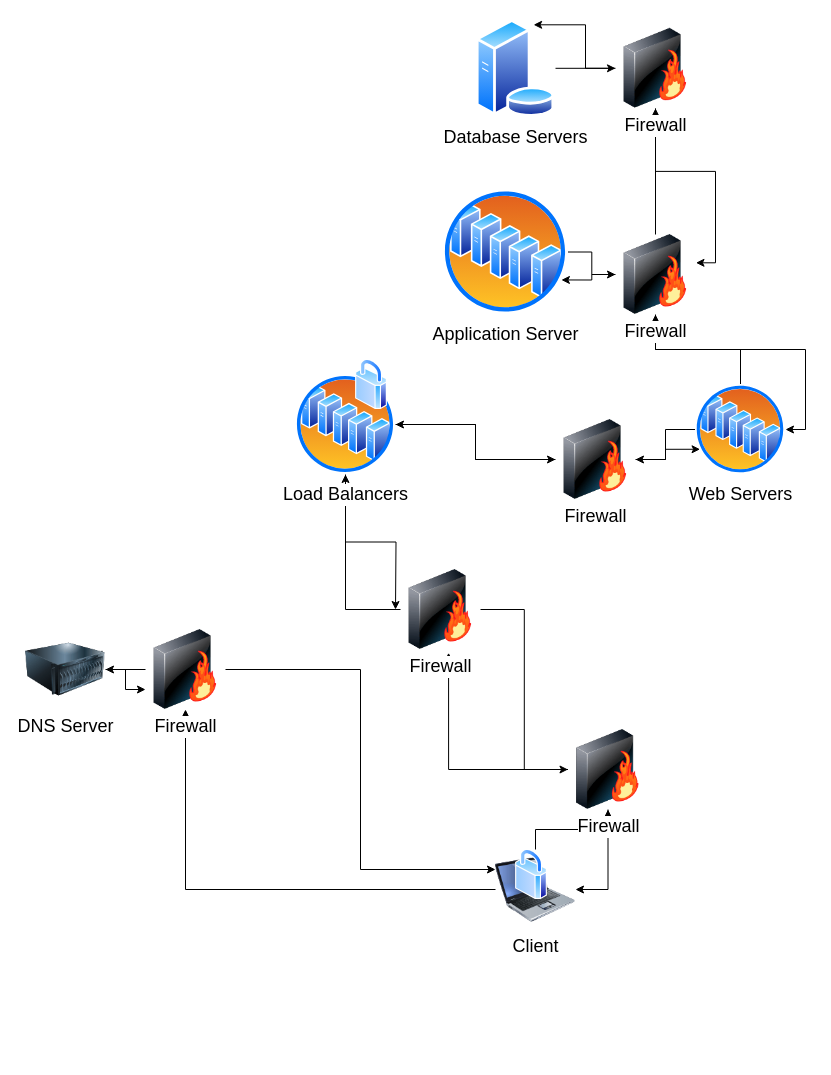
Before: 0x11-what_happens_when_your_type_google_com_in_your_browser_and_press_enter/Untitled Diagram.drawio in getdaniel/alx-system_engineering-devops, a draw.io diagram. Source tidied: cells renumbered, new cells numbered last; positions are measured from the earlier drawing's top-left corner, leaving out a move shared by most shapes. Both pictures are drawn from the tidied source at 100%, with x=0, y=0 at pixel (25, 19).
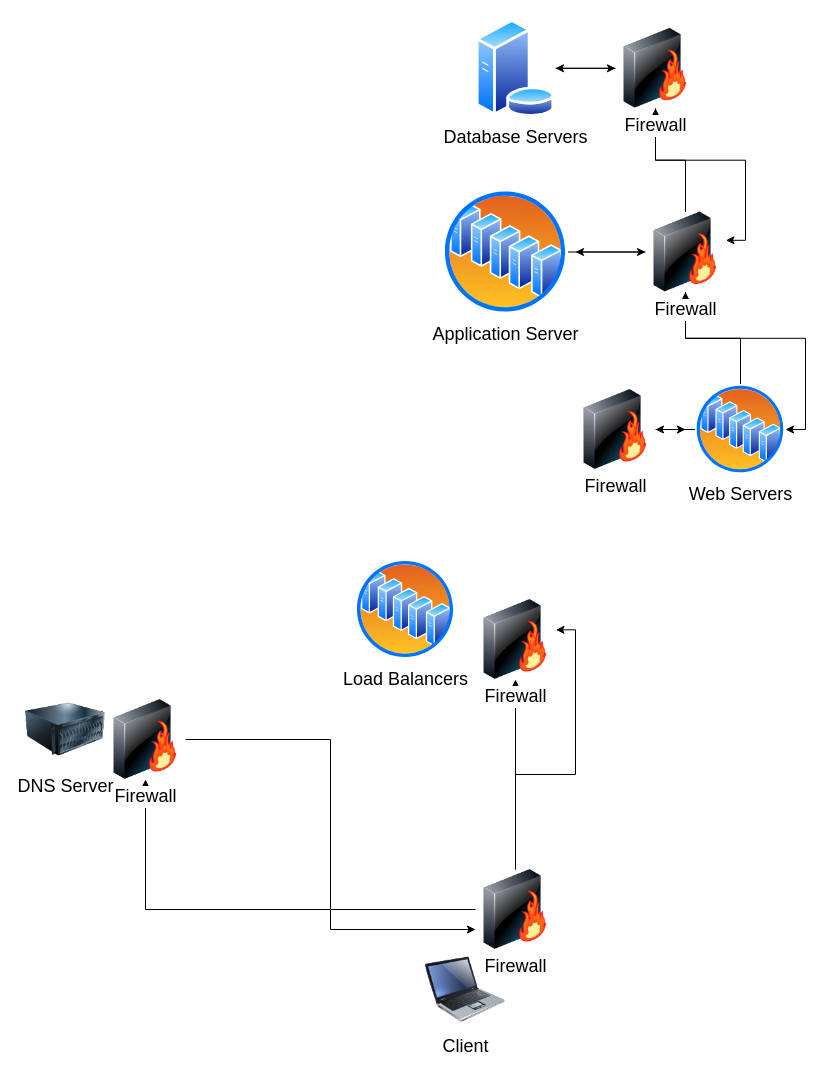
The same diagram, later.

Unchanged cells that the change refers to:
```xml
<mxCell id="18" value="&lt;font style=&quot;font-size: 18px;&quot;&gt;Web Servers&lt;/font&gt;" style="perimeter=ellipsePerimeter;html=1;align=center;shadow=0;dashed=0;spacingTop=3;image;image=img/lib/active_directory/server_farm.svg;" parent="1" vertex="1">
  <mxGeometry x="670" y="365" width="90" height="90" as="geometry" />
</mxCell>
<mxCell id="23" value="&lt;font style=&quot;font-size: 18px;&quot;&gt;Database Servers&lt;/font&gt;" style="perimeter=ellipsePerimeter;html=1;align=center;shadow=0;dashed=0;spacingTop=3;image;image=img/lib/active_directory/database_server.svg;" parent="1" vertex="1">
  <mxGeometry x="450" width="80" height="97.6" as="geometry" />
</mxCell>
<mxCell id="25" value="&lt;font style=&quot;font-size: 18px;&quot;&gt;Application Server&lt;/font&gt;" style="perimeter=ellipsePerimeter;html=1;align=center;shadow=0;dashed=0;spacingTop=3;image;image=img/lib/active_directory/server_farm.svg;" parent="1" vertex="1">
  <mxGeometry x="417.5" y="170" width="125" height="125" as="geometry" />
</mxCell>
<mxCell id="35" value="&lt;font style=&quot;font-size: 18px;&quot;&gt;Firewall&lt;/font&gt;" style="image;html=1;image=img/lib/clip_art/networking/Firewall-page1_128x128.png;" parent="1" vertex="1">
  <mxGeometry x="590" y="8.8" width="80" height="80" as="geometry" />
</mxCell>
```

Diff of the diagram source:
```diff
@@
-    <mxCell id="2" style="edgeStyle=orthogonalEdgeStyle;rounded=0;jettySize=auto;html=1;fontSize=18;" parent="1" edge="1" source="4" target="12">
-      <mxGeometry relative="1" as="geometry" />
-    </mxCell>
-    <mxCell id="3" style="edgeStyle=orthogonalEdgeStyle;rounded=0;jettySize=auto;html=1;fontSize=18;" parent="1" edge="1" source="4" target="9">
-      <mxGeometry relative="1" as="geometry" />
-    </mxCell>
     <mxCell id="4" value="&lt;font style=&quot;font-size: 18px;&quot;&gt;Client&lt;/font&gt;" style="image;html=1;image=img/lib/clip_art/computers/Laptop_128x128.png;" parent="1" vertex="1">
-      <mxGeometry x="470" y="830" width="80" height="80" as="geometry" />
+      <mxGeometry x="400" y="930" width="80" height="80" as="geometry" />
     </mxCell>
-    <mxCell id="5" style="edgeStyle=orthogonalEdgeStyle;rounded=0;jettySize=auto;html=1;entryX=0;entryY=0.75;entryDx=0;entryDy=0;fontSize=18;" parent="1" edge="1" source="6" target="12">
-      <mxGeometry relative="1" as="geometry" />
-    </mxCell>
     <mxCell id="6" value="&lt;font style=&quot;font-size: 18px;&quot;&gt;DNS Server&lt;/font&gt;" style="image;html=1;image=img/lib/clip_art/computers/Server_128x128.png;" parent="1" vertex="1">
-      <mxGeometry y="610" width="80" height="80" as="geometry" />
+      <mxGeometry y="670" width="80" height="80" as="geometry" />
     </mxCell>
-    <mxCell id="7" style="edgeStyle=orthogonalEdgeStyle;rounded=0;jettySize=auto;html=1;entryX=0.601;entryY=1.041;entryDx=0;entryDy=0;entryPerimeter=0;fontSize=18;" parent="1" edge="1" source="9" target="15">
-      <mxGeometry relative="1" as="geometry" />
-    </mxCell>
-    <mxCell id="8" style="edgeStyle=orthogonalEdgeStyle;rounded=0;jettySize=auto;html=1;entryX=1;entryY=0.5;entryDx=0;entryDy=0;fontSize=18;" parent="1" edge="1" source="9" target="4">
-      <mxGeometry relative="1" as="geometry" />
-    </mxCell>
+    <mxCell id="38" style="edgeStyle=orthogonalEdgeStyle;rounded=0;jettySize=auto;html=1;entryX=0.5;entryY=1;entryDx=0;entryDy=0;fontSize=18;" parent="1" edge="1" source="9" target="12">
+      <mxGeometry relative="1" as="geometry" />
+    </mxCell>
+    <mxCell id="39" style="edgeStyle=orthogonalEdgeStyle;rounded=0;jettySize=auto;html=1;fontSize=18;" parent="1" edge="1" source="9" target="15">
+      <mxGeometry relative="1" as="geometry" />
+    </mxCell>
+    <mxCell id="40" style="edgeStyle=orthogonalEdgeStyle;rounded=0;jettySize=auto;html=1;entryX=1.006;entryY=0.379;entryDx=0;entryDy=0;entryPerimeter=0;fontSize=18;" parent="1" edge="1" source="9" target="15">
+      <mxGeometry relative="1" as="geometry" />
+    </mxCell>
     <mxCell id="9" value="&lt;font style=&quot;font-size: 18px;&quot;&gt;Firewall&lt;/font&gt;" style="image;html=1;image=img/lib/clip_art/networking/Firewall-page1_128x128.png;" parent="1" vertex="1">
-      <mxGeometry x="542.5" y="710" width="80" height="80" as="geometry" />
+      <mxGeometry x="450" y="850" width="80" height="80" as="geometry" />
     </mxCell>
-    <mxCell id="10" style="edgeStyle=orthogonalEdgeStyle;rounded=0;jettySize=auto;html=1;exitX=0;exitY=0.5;exitDx=0;exitDy=0;fontSize=18;" parent="1" edge="1" source="12" target="6">
-      <mxGeometry relative="1" as="geometry" />
-    </mxCell>
-    <mxCell id="11" style="edgeStyle=orthogonalEdgeStyle;rounded=0;jettySize=auto;html=1;entryX=0;entryY=0.25;entryDx=0;entryDy=0;fontSize=18;" parent="1" edge="1" source="12" target="4">
-      <mxGeometry relative="1" as="geometry" />
-    </mxCell>
+    <mxCell id="41" style="edgeStyle=orthogonalEdgeStyle;rounded=0;jettySize=auto;html=1;entryX=0;entryY=0.75;entryDx=0;entryDy=0;fontSize=18;" parent="1" edge="1" source="12" target="9">
+      <mxGeometry relative="1" as="geometry" />
+    </mxCell>
     <mxCell id="12" value="&lt;font style=&quot;font-size: 18px;&quot;&gt;Firewall&lt;/font&gt;" style="image;html=1;image=img/lib/clip_art/networking/Firewall-page1_128x128.png;" parent="1" vertex="1">
-      <mxGeometry x="120" y="610" width="80" height="80" as="geometry" />
+      <mxGeometry x="80" y="680" width="80" height="80" as="geometry" />
     </mxCell>
-    <mxCell id="13" style="edgeStyle=orthogonalEdgeStyle;rounded=0;jettySize=auto;html=1;fontSize=18;" parent="1" edge="1" source="15" target="21">
-      <mxGeometry relative="1" as="geometry" />
-    </mxCell>
-    <mxCell id="14" style="edgeStyle=orthogonalEdgeStyle;rounded=0;jettySize=auto;html=1;entryX=0;entryY=0.5;entryDx=0;entryDy=0;fontSize=18;" parent="1" edge="1" source="15" target="9">
-      <mxGeometry relative="1" as="geometry" />
-    </mxCell>
-    <mxCell id="15" value="&lt;font style=&quot;font-size: 18px;&quot;&gt;Firewall&lt;/font&gt;" style="image;html=1;image=img/lib/clip_art/networking/Firewall-page1_128x128.png;" parent="1" vertex="1">
-      <mxGeometry x="375" y="550" width="80" height="80" as="geometry" />
-    </mxCell>
@@
-    <mxCell id="19" style="edgeStyle=orthogonalEdgeStyle;rounded=0;jettySize=auto;html=1;fontSize=18;" parent="1" edge="1" source="21" target="28">
-      <mxGeometry relative="1" as="geometry" />
-    </mxCell>
-    <mxCell id="20" style="edgeStyle=orthogonalEdgeStyle;rounded=0;jettySize=auto;html=1;fontSize=18;" parent="1" edge="1" source="21">
-      <mxGeometry relative="1" as="geometry">
-        <mxPoint x="370" y="590" as="targetPoint" />
-      </mxGeometry>
-    </mxCell>
     <mxCell id="21" value="&lt;font style=&quot;font-size: 18px;&quot;&gt;Load Balancers&lt;/font&gt;" style="perimeter=ellipsePerimeter;html=1;align=center;shadow=0;dashed=0;spacingTop=3;image;image=img/lib/active_directory/server_farm.svg;" parent="1" vertex="1">
-      <mxGeometry x="270" y="355" width="100" height="100" as="geometry" />
+      <mxGeometry x="330" y="540" width="100" height="100" as="geometry" />
     </mxCell>
@@
-    <mxCell id="26" style="edgeStyle=orthogonalEdgeStyle;rounded=0;jettySize=auto;html=1;exitX=1;exitY=0.5;exitDx=0;exitDy=0;entryX=0;entryY=0.75;entryDx=0;entryDy=0;fontSize=18;" parent="1" edge="1" source="28" target="18">
-      <mxGeometry relative="1" as="geometry" />
-    </mxCell>
-    <mxCell id="27" style="edgeStyle=orthogonalEdgeStyle;rounded=0;jettySize=auto;html=1;entryX=1;entryY=0.5;entryDx=0;entryDy=0;fontSize=18;" parent="1" edge="1" source="28" target="21">
-      <mxGeometry relative="1" as="geometry" />
-    </mxCell>
+    <mxCell id="42" style="edgeStyle=orthogonalEdgeStyle;rounded=0;jettySize=auto;html=1;fontSize=18;" parent="1" edge="1" source="28">
+      <mxGeometry relative="1" as="geometry">
+        <mxPoint x="660" y="410" as="targetPoint" />
+      </mxGeometry>
+    </mxCell>
     <mxCell id="28" value="&lt;font style=&quot;font-size: 18px;&quot;&gt;Firewall&lt;/font&gt;" style="image;html=1;image=img/lib/clip_art/networking/Firewall-page1_128x128.png;" parent="1" vertex="1">
-      <mxGeometry x="530" y="400" width="80" height="80" as="geometry" />
+      <mxGeometry x="550" y="370" width="80" height="80" as="geometry" />
     </mxCell>
-    <mxCell id="29" style="edgeStyle=orthogonalEdgeStyle;rounded=0;jettySize=auto;html=1;entryX=1;entryY=0.75;entryDx=0;entryDy=0;fontSize=18;" parent="1" edge="1" source="32" target="25">
-      <mxGeometry relative="1" as="geometry" />
-    </mxCell>
@@
+    <mxCell id="43" style="edgeStyle=orthogonalEdgeStyle;rounded=0;jettySize=auto;html=1;fontSize=18;" parent="1" edge="1" source="32">
+      <mxGeometry relative="1" as="geometry">
+        <mxPoint x="550" y="232.5" as="targetPoint" />
+      </mxGeometry>
+    </mxCell>
     <mxCell id="32" value="&lt;font style=&quot;font-size: 18px;&quot;&gt;Firewall&lt;/font&gt;" style="image;html=1;image=img/lib/clip_art/networking/Firewall-page1_128x128.png;" parent="1" vertex="1">
-      <mxGeometry x="590" y="215" width="80" height="80" as="geometry" />
+      <mxGeometry x="620" y="192.5" width="80" height="80" as="geometry" />
     </mxCell>
@@
-    <mxCell id="34" style="edgeStyle=orthogonalEdgeStyle;rounded=0;jettySize=auto;html=1;entryX=0.75;entryY=0;entryDx=0;entryDy=0;fontSize=18;" parent="1" edge="1" source="35" target="23">
+    <mxCell id="34" style="edgeStyle=orthogonalEdgeStyle;rounded=0;jettySize=auto;html=1;fontSize=18;" parent="1" edge="1" source="35" target="23">
       <mxGeometry relative="1" as="geometry" />
     </mxCell>
@@
-    <mxCell id="36" style="perimeter=ellipsePerimeter;html=1;align=center;shadow=0;dashed=0;spacingTop=3;image;image=img/lib/active_directory/secure.svg;fontSize=18;" parent="1" vertex="1">
-      <mxGeometry x="330" y="340" width="32" height="50" as="geometry" />
-    </mxCell>
-    <mxCell id="37" style="perimeter=ellipsePerimeter;html=1;align=center;shadow=0;dashed=0;spacingTop=3;image;image=img/lib/active_directory/secure.svg;fontSize=18;" parent="1" vertex="1">
-      <mxGeometry x="490" y="830" width="32" height="50" as="geometry" />
-    </mxCell>
+    <mxCell id="15" value="&lt;font style=&quot;font-size: 18px;&quot;&gt;Firewall&lt;/font&gt;" style="image;html=1;image=img/lib/clip_art/networking/Firewall-page1_128x128.png;" parent="1" vertex="1">
+      <mxGeometry x="450" y="580" width="80" height="80" as="geometry" />
+    </mxCell>
```
